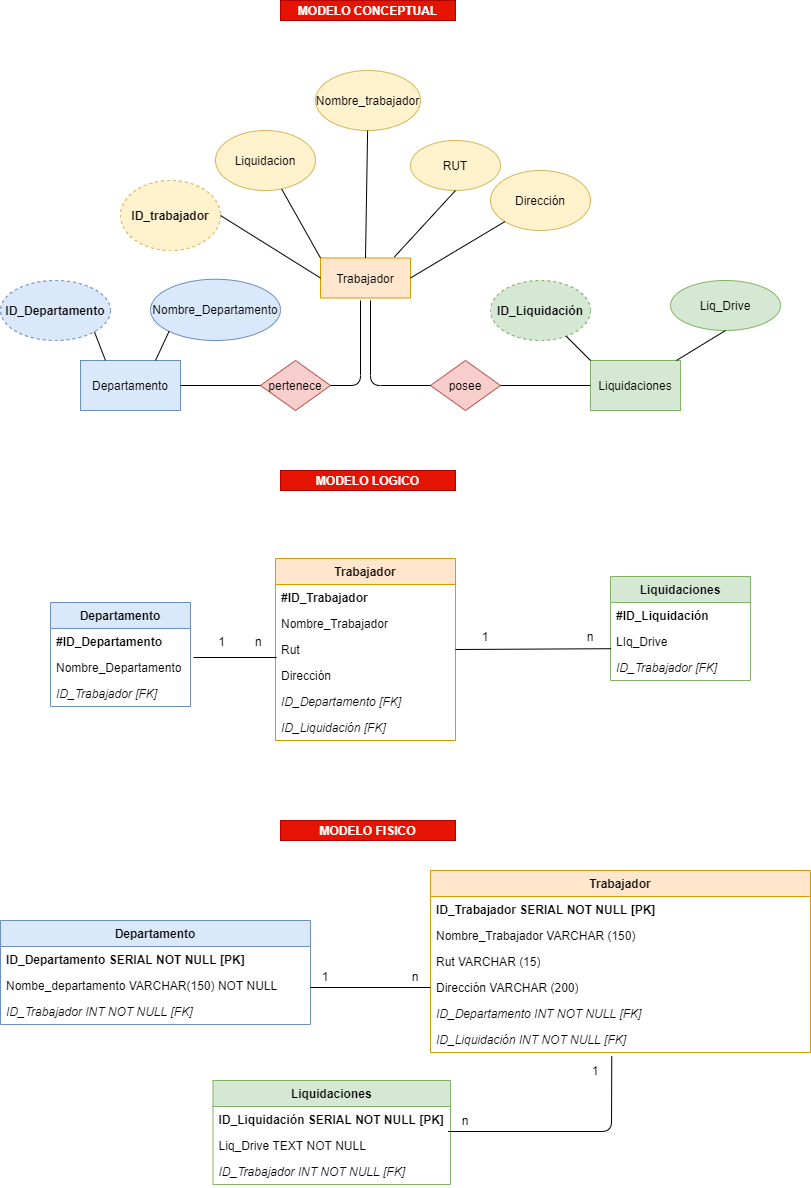
The draw.io diagram Diagrama_Caso1SQL.png in Bazz666/Desafio-Normalizacion, before a commit. Source tidied: cells renumbered, new cells last; positions are measured from the earlier drawing's top-left corner, leaving out a move shared by most shapes.
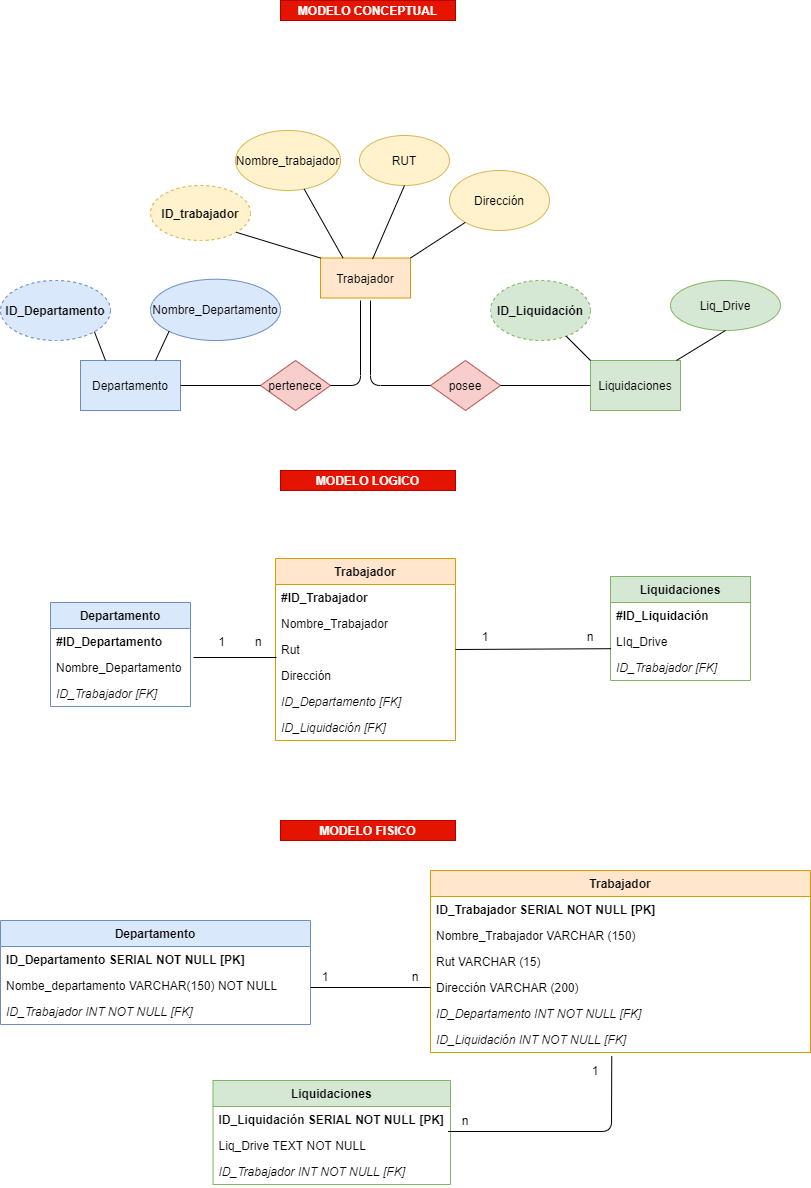
Later version of the same file.

What changed in the source:
```diff
@@ -6,33 +6,27 @@
       <mxGeometry x="320" y="257.5" width="90" height="40" as="geometry" />
     </mxCell>
     <mxCell id="3" value="Nombre_trabajador" style="ellipse;whiteSpace=wrap;html=1;fillColor=#fff2cc;strokeColor=#d6b656;" parent="1" vertex="1">
-      <mxGeometry x="315" y="70" width="105" height="60" as="geometry" />
+      <mxGeometry x="235" y="130" width="105" height="60" as="geometry" />
     </mxCell>
     <mxCell id="4" value="RUT" style="ellipse;whiteSpace=wrap;html=1;fillColor=#fff2cc;strokeColor=#d6b656;" parent="1" vertex="1">
-      <mxGeometry x="410" y="140" width="90" height="50" as="geometry" />
+      <mxGeometry x="359" y="135" width="90" height="50" as="geometry" />
     </mxCell>
     <mxCell id="5" value="Dirección" style="ellipse;whiteSpace=wrap;html=1;fillColor=#fff2cc;strokeColor=#d6b656;" parent="1" vertex="1">
-      <mxGeometry x="490" y="170" width="100" height="60" as="geometry" />
+      <mxGeometry x="449" y="170" width="100" height="60" as="geometry" />
     </mxCell>
-    <mxCell id="6" value="Liquidacion" style="ellipse;whiteSpace=wrap;html=1;fillColor=#fff2cc;strokeColor=#d6b656;" parent="1" vertex="1">
-      <mxGeometry x="215" y="130" width="100" height="60" as="geometry" />
-    </mxCell>
     <mxCell id="7" value="ID_trabajador" style="ellipse;whiteSpace=wrap;html=1;dashed=1;fillColor=#fff2cc;strokeColor=#d6b656;fontStyle=1;" parent="1" vertex="1">
-      <mxGeometry x="120" y="180" width="100" height="70" as="geometry" />
+      <mxGeometry x="150" y="185" width="100" height="55" as="geometry" />
     </mxCell>
-    <mxCell id="8" style="endArrow=none;html=1;entryX=1;entryY=0.5;entryDx=0;entryDy=0;exitX=0;exitY=0.5;exitDx=0;exitDy=0;" parent="1" edge="1" source="2" target="7">
+    <mxCell id="8" style="endArrow=none;html=1;entryX=1;entryY=1;entryDx=0;entryDy=0;exitX=0;exitY=0;exitDx=0;exitDy=0;" parent="1" edge="1" source="2" target="7">
       <mxGeometry relative="1" as="geometry" />
     </mxCell>
-    <mxCell id="9" style="endArrow=none;html=1;exitX=0;exitY=0;exitDx=0;exitDy=0;" parent="1" edge="1" source="2" target="6">
-      <mxGeometry relative="1" as="geometry" />
-    </mxCell>
-    <mxCell id="10" style="endArrow=none;html=1;exitX=0.5;exitY=0;exitDx=0;exitDy=0;" parent="1" edge="1" source="2" target="3">
+    <mxCell id="10" style="endArrow=none;html=1;exitX=0.25;exitY=0;exitDx=0;exitDy=0;" parent="1" edge="1" source="2" target="3">
       <mxGeometry relative="1" as="geometry" />
     </mxCell>
-    <mxCell id="11" style="endArrow=none;html=1;entryX=0.5;entryY=1;entryDx=0;entryDy=0;exitX=0.82;exitY=-0.023;exitDx=0;exitDy=0;exitPerimeter=0;" parent="1" edge="1" source="2" target="4">
+    <mxCell id="11" style="endArrow=none;html=1;entryX=0.5;entryY=1;entryDx=0;entryDy=0;exitX=0.578;exitY=0.028;exitDx=0;exitDy=0;exitPerimeter=0;" parent="1" edge="1" source="2" target="4">
       <mxGeometry relative="1" as="geometry" />
     </mxCell>
-    <mxCell id="12" style="endArrow=none;html=1;exitX=1;exitY=0.5;exitDx=0;exitDy=0;" parent="1" edge="1" source="2" target="5">
+    <mxCell id="12" style="endArrow=none;html=1;exitX=1;exitY=0;exitDx=0;exitDy=0;" parent="1" edge="1" source="2" target="5">
       <mxGeometry relative="1" as="geometry" />
     </mxCell>
     <mxCell id="13" value="Liquidaciones" style="rounded=0;whiteSpace=wrap;html=1;fillColor=#d5e8d4;strokeColor=#82b366;" parent="1" vertex="1">
```
